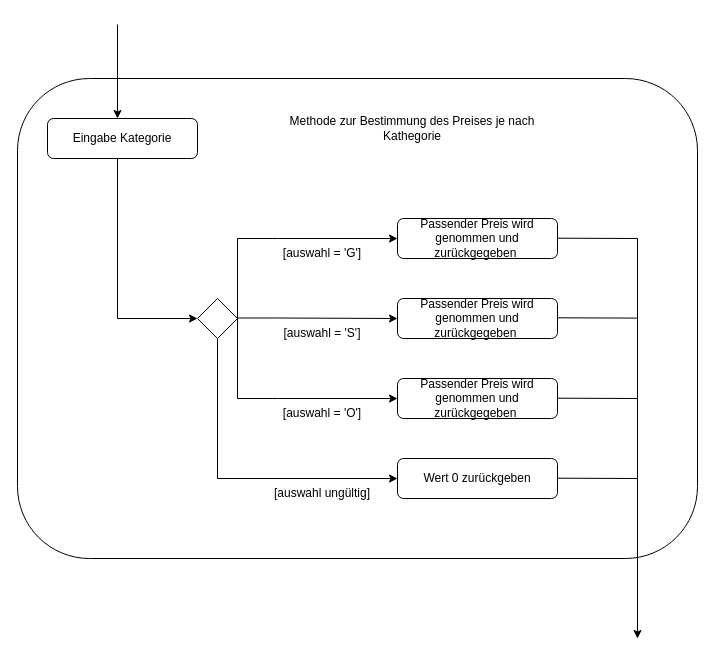
Earlier version of the draw.io diagram PÜ3/src/Pr1 PÜ3 (V.2) Aktivitätsdiagramm.drawio (KMAG208/PR1_Pflichtuebungen). Source tidied: cells renumbered, new cells numbered last; positions are measured from the earlier drawing's top-left corner, leaving out a move shared by most shapes. Both pictures are drawn from the tidied source at 100%, with x=0, y=0 at pixel (17, 24).
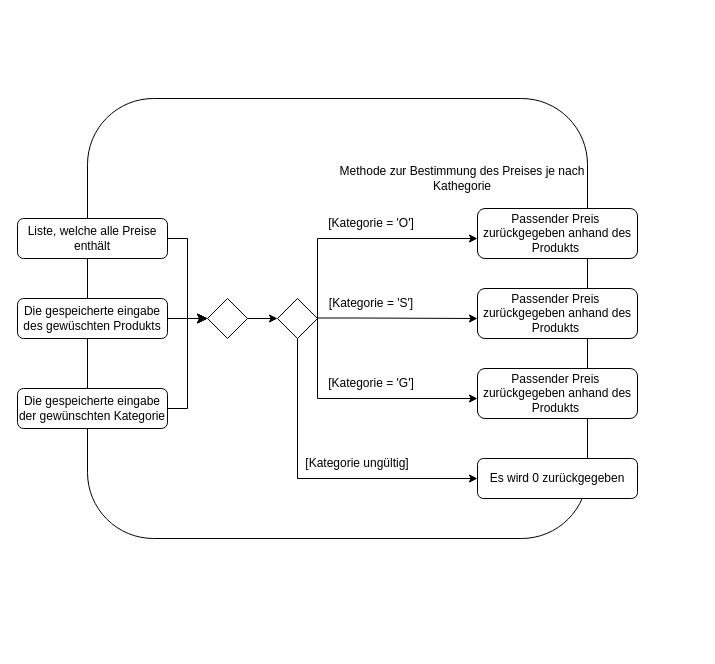
After the change.

What changed in the source:
```diff
@@
-    <mxCell id="2" style="rounded=1;whiteSpace=wrap;html=1;fillColor=none;" parent="1" vertex="1">
-      <mxGeometry y="54" width="680" height="480" as="geometry" />
-    </mxCell>
+    <mxCell id="28" style="rounded=1;whiteSpace=wrap;html=1;fillColor=none;" parent="1" vertex="1">
+      <mxGeometry x="70" y="74" width="500" height="440" as="geometry" />
+    </mxCell>
-    <mxCell id="3" style="endArrow=classic;html=1;rounded=0;" parent="1" edge="1">
-      <mxGeometry relative="1" as="geometry">
-        <mxPoint x="100" as="sourcePoint" />
-        <mxPoint x="100" y="94" as="targetPoint" />
-      </mxGeometry>
+    <mxCell id="3" style="endArrow=classic;html=1;rounded=0;entryX=0;entryY=0.5;entryDx=0;entryDy=0;exitX=1;exitY=0.5;exitDx=0;exitDy=0;" parent="1" edge="1" source="32" target="7">
+      <mxGeometry relative="1" as="geometry" />
     </mxCell>
-    <mxCell id="4" value="Eingabe Kategorie" style="rounded=1;whiteSpace=wrap;html=1;fillColor=none;" parent="1" vertex="1">
-      <mxGeometry x="30" y="94" width="150" height="40" as="geometry" />
+    <mxCell id="4" value="Liste, welche alle Preise enthält" style="rounded=1;whiteSpace=wrap;html=1;fillColor=default;" parent="1" vertex="1">
+      <mxGeometry y="194" width="150" height="40" as="geometry" />
     </mxCell>
-    <mxCell id="5" style="endArrow=none;html=1;rounded=0;" parent="1" edge="1">
-      <mxGeometry relative="1" as="geometry">
-        <mxPoint x="100" y="294" as="sourcePoint" />
-        <mxPoint x="100" y="134" as="targetPoint" />
-      </mxGeometry>
-    </mxCell>
-    <mxCell id="6" style="endArrow=classic;html=1;rounded=0;" parent="1" edge="1">
+    <mxCell id="6" style="endArrow=classic;html=1;rounded=0;exitX=1;exitY=0.5;exitDx=0;exitDy=0;edgeStyle=orthogonalEdgeStyle;elbow=vertical;entryX=0;entryY=0.5;entryDx=0;entryDy=0;" parent="1" edge="1" source="4" target="32">
       <mxGeometry relative="1" as="geometry">
-        <mxPoint x="100" y="294" as="sourcePoint" />
-        <mxPoint x="180" y="294" as="targetPoint" />
+        <Array as="points">
+          <mxPoint x="170" y="214" />
+          <mxPoint x="170" y="294" />
+        </Array>
       </mxGeometry>
     </mxCell>
     <mxCell id="7" style="rhombus;whiteSpace=wrap;html=1;fillColor=none;" parent="1" vertex="1">
-      <mxGeometry x="180" y="274" width="40" height="40" as="geometry" />
+      <mxGeometry x="260" y="274" width="40" height="40" as="geometry" />
     </mxCell>
     <mxCell id="8" style="endArrow=none;html=1;rounded=0;" parent="1" edge="1">
       <mxGeometry relative="1" as="geometry">
-        <mxPoint x="220" y="374" as="sourcePoint" />
-        <mxPoint x="220" y="214" as="targetPoint" />
+        <mxPoint x="300" y="374" as="sourcePoint" />
+        <mxPoint x="300" y="214" as="targetPoint" />
       </mxGeometry>
     </mxCell>
+    <mxCell id="21" value="Es wird 0 zurückgegeben" style="rounded=1;whiteSpace=wrap;html=1;fillColor=default;" parent="1" vertex="1">
+      <mxGeometry x="460" y="434" width="160" height="40" as="geometry" />
+    </mxCell>
     <mxCell id="9" style="endArrow=classic;html=1;rounded=0;" parent="1" edge="1">
       <mxGeometry relative="1" as="geometry">
-        <mxPoint x="220" y="214" as="sourcePoint" />
-        <mxPoint x="380" y="214" as="targetPoint" />
+        <mxPoint x="300" y="214" as="sourcePoint" />
+        <mxPoint x="460" y="214" as="targetPoint" />
         <Array as="points">
-          <mxPoint x="260" y="214" />
+          <mxPoint x="340" y="214" />
         </Array>
       </mxGeometry>
     </mxCell>
     <mxCell id="10" style="endArrow=classic;html=1;rounded=0;" parent="1" edge="1">
       <mxGeometry relative="1" as="geometry">
-        <mxPoint x="220" y="293.5" as="sourcePoint" />
-        <mxPoint x="380" y="294" as="targetPoint" />
+        <mxPoint x="300" y="293.5" as="sourcePoint" />
+        <mxPoint x="460" y="294" as="targetPoint" />
         <Array as="points">
-          <mxPoint x="260" y="293.5" />
+          <mxPoint x="340" y="293.5" />
         </Array>
       </mxGeometry>
     </mxCell>
     <mxCell id="11" style="endArrow=classic;html=1;rounded=0;" parent="1" edge="1">
       <mxGeometry relative="1" as="geometry">
-        <mxPoint x="220" y="374" as="sourcePoint" />
-        <mxPoint x="380" y="374" as="targetPoint" />
+        <mxPoint x="300" y="374" as="sourcePoint" />
+        <mxPoint x="460" y="374" as="targetPoint" />
         <Array as="points">
-          <mxPoint x="260" y="374" />
+          <mxPoint x="340" y="374" />
         </Array>
       </mxGeometry>
     </mxCell>
     <mxCell id="12" style="endArrow=none;html=1;rounded=0;" parent="1" edge="1">
       <mxGeometry relative="1" as="geometry">
-        <mxPoint x="200" y="454" as="sourcePoint" />
-        <mxPoint x="200" y="314" as="targetPoint" />
+        <mxPoint x="280" y="454" as="sourcePoint" />
+        <mxPoint x="280" y="314" as="targetPoint" />
       </mxGeometry>
     </mxCell>
     <mxCell id="13" style="endArrow=classic;html=1;rounded=0;" parent="1" edge="1">
       <mxGeometry relative="1" as="geometry">
-        <mxPoint x="200" y="454" as="sourcePoint" />
-        <mxPoint x="380" y="454" as="targetPoint" />
+        <mxPoint x="280" y="454" as="sourcePoint" />
+        <mxPoint x="460" y="454" as="targetPoint" />
       </mxGeometry>
     </mxCell>
-    <mxCell id="14" value="[auswahl = 'G']" style="text;html=1;whiteSpace=wrap;strokeColor=none;fillColor=none;align=center;verticalAlign=middle;rounded=0;" parent="1" vertex="1">
-      <mxGeometry x="190" y="214" width="230" height="30" as="geometry" />
+    <mxCell id="14" value="[Kategorie = 'G']" style="text;html=1;whiteSpace=wrap;strokeColor=none;fillColor=none;align=center;verticalAlign=middle;rounded=0;" parent="1" vertex="1">
+      <mxGeometry x="239" y="344" width="230" height="30" as="geometry" />
     </mxCell>
-    <mxCell id="15" value="[auswahl = 'S']" style="text;html=1;whiteSpace=wrap;strokeColor=none;fillColor=none;align=center;verticalAlign=middle;rounded=0;" parent="1" vertex="1">
-      <mxGeometry x="190" y="294" width="230" height="30" as="geometry" />
+    <mxCell id="15" value="[Kategorie = 'S']" style="text;html=1;whiteSpace=wrap;strokeColor=none;fillColor=none;align=center;verticalAlign=middle;rounded=0;" parent="1" vertex="1">
+      <mxGeometry x="239" y="264" width="230" height="30" as="geometry" />
     </mxCell>
-    <mxCell id="16" value="[auswahl = 'O']" style="text;html=1;whiteSpace=wrap;strokeColor=none;fillColor=none;align=center;verticalAlign=middle;rounded=0;" parent="1" vertex="1">
-      <mxGeometry x="190" y="374" width="230" height="30" as="geometry" />
+    <mxCell id="16" value="[Kategorie = 'O']" style="text;html=1;whiteSpace=wrap;strokeColor=none;fillColor=none;align=center;verticalAlign=middle;rounded=0;" parent="1" vertex="1">
+      <mxGeometry x="239" y="184" width="230" height="30" as="geometry" />
     </mxCell>
-    <mxCell id="17" value="[auswahl ungültig]" style="text;html=1;whiteSpace=wrap;strokeColor=none;fillColor=none;align=center;verticalAlign=middle;rounded=0;" parent="1" vertex="1">
-      <mxGeometry x="225" y="454" width="160" height="30" as="geometry" />
+    <mxCell id="17" value="[Kategorie ungültig]" style="text;html=1;whiteSpace=wrap;strokeColor=none;fillColor=none;align=center;verticalAlign=middle;rounded=0;" parent="1" vertex="1">
+      <mxGeometry x="260" y="424" width="160" height="30" as="geometry" />
     </mxCell>
-    <mxCell id="18" value="Passender Preis wird genommen und zurückgegeben&amp;nbsp;" style="rounded=1;whiteSpace=wrap;html=1;fillColor=none;" parent="1" vertex="1">
-      <mxGeometry x="380" y="194" width="160" height="40" as="geometry" />
+    <mxCell id="18" value="Passender Preis&amp;nbsp; zurückgegeben anhand des Produkts&amp;nbsp;" style="rounded=1;whiteSpace=wrap;html=1;fillColor=default;" parent="1" vertex="1">
+      <mxGeometry x="460" y="184" width="160" height="50" as="geometry" />
     </mxCell>
-    <mxCell id="19" value="Passender Preis wird genommen und zurückgegeben&amp;nbsp;" style="rounded=1;whiteSpace=wrap;html=1;fillColor=none;" parent="1" vertex="1">
-      <mxGeometry x="380" y="274" width="160" height="40" as="geometry" />
+    <mxCell id="19" value="Passender Preis&amp;nbsp; zurückgegeben anhand des Produkts&amp;nbsp;" style="rounded=1;whiteSpace=wrap;html=1;fillColor=default;" parent="1" vertex="1">
+      <mxGeometry x="460" y="264" width="160" height="50" as="geometry" />
     </mxCell>
-    <mxCell id="20" value="Passender Preis wird genommen und zurückgegeben&amp;nbsp;" style="rounded=1;whiteSpace=wrap;html=1;fillColor=none;" parent="1" vertex="1">
-      <mxGeometry x="380" y="354" width="160" height="40" as="geometry" />
+    <mxCell id="20" value="Passender Preis&amp;nbsp; zurückgegeben anhand des Produkts&amp;nbsp;" style="rounded=1;whiteSpace=wrap;html=1;fillColor=default;" parent="1" vertex="1">
+      <mxGeometry x="460" y="344" width="160" height="50" as="geometry" />
     </mxCell>
-    <mxCell id="21" value="Wert 0 zurückgeben" style="rounded=1;whiteSpace=wrap;html=1;fillColor=none;" parent="1" vertex="1">
-      <mxGeometry x="380" y="434" width="160" height="40" as="geometry" />
-    </mxCell>
-    <mxCell id="22" style="endArrow=none;html=1;rounded=0;" parent="1" edge="1">
-      <mxGeometry relative="1" as="geometry">
-        <mxPoint x="540" y="213.7" as="sourcePoint" />
-        <mxPoint x="620" y="214" as="targetPoint" />
-      </mxGeometry>
-    </mxCell>
-    <mxCell id="23" style="endArrow=none;html=1;rounded=0;" parent="1" edge="1">
-      <mxGeometry relative="1" as="geometry">
-        <mxPoint x="540" y="293.3" as="sourcePoint" />
-        <mxPoint x="620" y="293.6" as="targetPoint" />
-      </mxGeometry>
-    </mxCell>
-    <mxCell id="24" style="endArrow=none;html=1;rounded=0;" parent="1" edge="1">
-      <mxGeometry relative="1" as="geometry">
-        <mxPoint x="540" y="373.7" as="sourcePoint" />
-        <mxPoint x="620" y="374" as="targetPoint" />
-      </mxGeometry>
-    </mxCell>
-    <mxCell id="25" style="endArrow=none;html=1;rounded=0;" parent="1" edge="1">
-      <mxGeometry relative="1" as="geometry">
-        <mxPoint x="540" y="453.7" as="sourcePoint" />
-        <mxPoint x="620" y="454" as="targetPoint" />
-      </mxGeometry>
-    </mxCell>
-    <mxCell id="26" style="endArrow=classic;html=1;rounded=0;" parent="1" edge="1">
-      <mxGeometry relative="1" as="geometry">
-        <mxPoint x="620" y="214" as="sourcePoint" />
-        <mxPoint x="620" y="614" as="targetPoint" />
-      </mxGeometry>
-    </mxCell>
     <mxCell id="27" value="Methode zur Bestimmung des Preises je nach Kathegorie" style="text;html=1;whiteSpace=wrap;strokeColor=none;fillColor=none;align=center;verticalAlign=middle;rounded=0;" parent="1" vertex="1">
-      <mxGeometry x="270" y="74" width="250" height="60" as="geometry" />
+      <mxGeometry x="320" y="124" width="250" height="60" as="geometry" />
     </mxCell>
+    <mxCell id="29" style="edgeStyle=orthogonalEdgeStyle;rounded=0;jettySize=auto;html=1;entryX=0;entryY=0.5;entryDx=0;entryDy=0;fontSize=12;startSize=8;endSize=8;" parent="1" edge="1" source="33" target="32">
+      <mxGeometry relative="1" as="geometry" />
+    </mxCell>
+    <mxCell id="30" style="edgeStyle=orthogonalEdgeStyle;rounded=0;jettySize=auto;html=1;entryX=0;entryY=0.5;entryDx=0;entryDy=0;fontSize=12;startSize=8;endSize=8;" parent="1" edge="1" source="31" target="32">
+      <mxGeometry relative="1" as="geometry" />
+    </mxCell>
+    <mxCell id="31" value="Die gespeicherte eingabe der gewünschten Kategorie" style="rounded=1;whiteSpace=wrap;html=1;fillColor=default;" parent="1" vertex="1">
+      <mxGeometry y="364" width="150" height="40" as="geometry" />
+    </mxCell>
+    <mxCell id="32" style="rhombus;whiteSpace=wrap;html=1;fillColor=none;" parent="1" vertex="1">
+      <mxGeometry x="190" y="274" width="40" height="40" as="geometry" />
+    </mxCell>
+    <mxCell id="33" value="Die gespeicherte eingabe des gewüschten Produkts" style="rounded=1;whiteSpace=wrap;html=1;fillColor=default;" parent="1" vertex="1">
+      <mxGeometry y="274" width="150" height="40" as="geometry" />
+    </mxCell>
```
